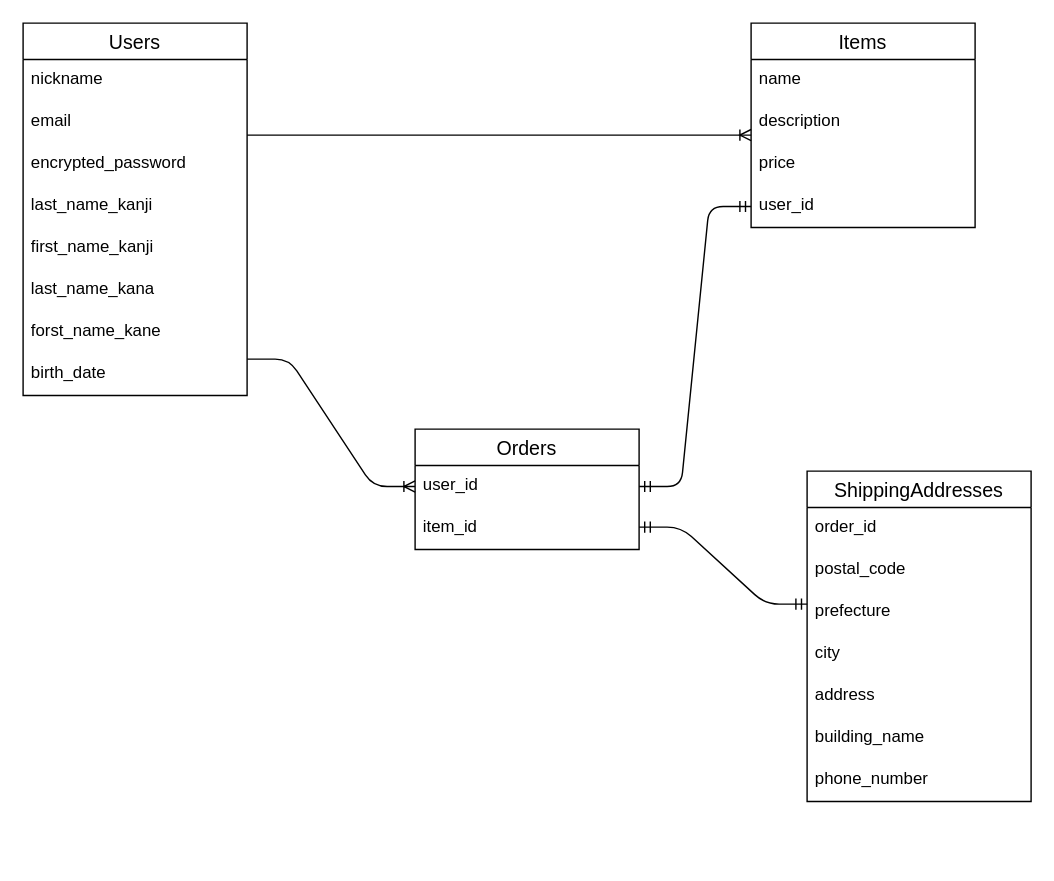
This is furima.dio from emma2033/furima-41354, a draw.io file, before an edit. Source tidied: cells renumbered, new cells numbered last; positions are measured from the earlier drawing's top-left corner, leaving out a move shared by most shapes. Both pictures are drawn from the tidied source at 140%, with x=0, y=0 at pixel (22, 22).
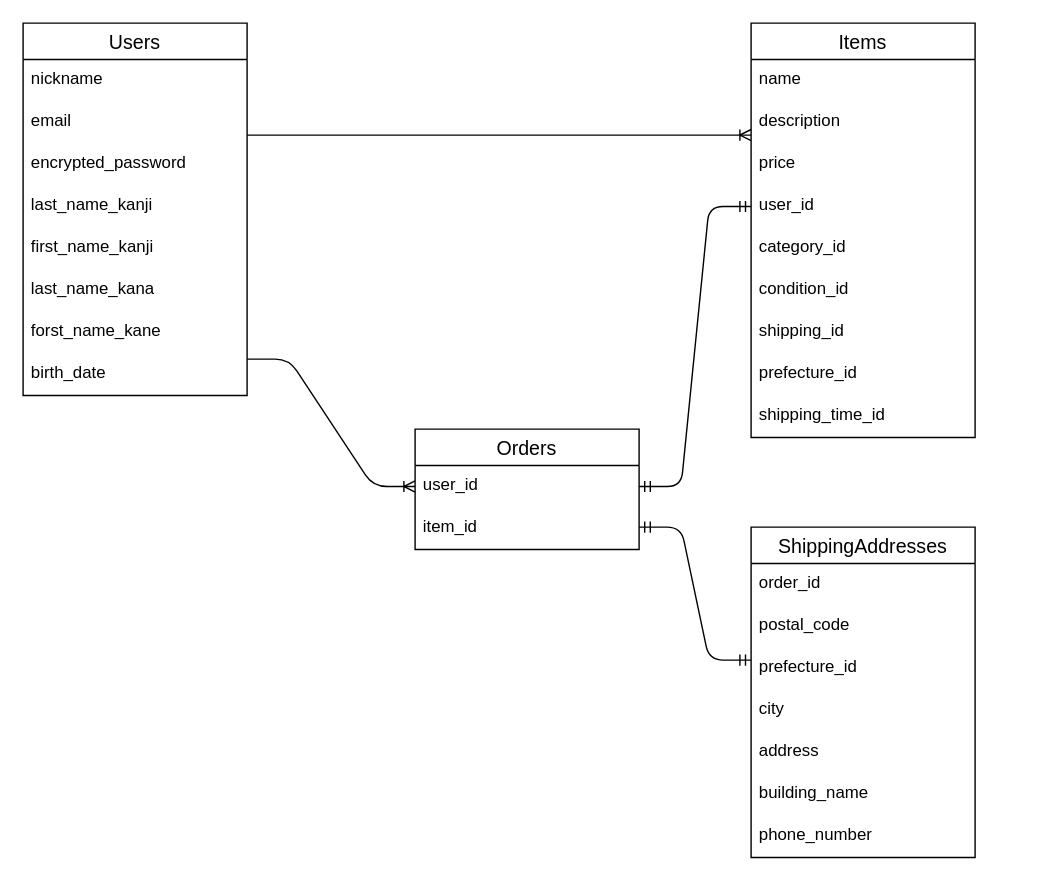
Above is the later version.

Commit message (it also covers changes not shown here):
ER図、READMEの修正

What changed in the source:
```diff
@@
     <mxCell id="11" value="Items" style="swimlane;fontStyle=0;horizontal=1;startSize=26;align=center;fontSize=14;" parent="1" vertex="1">
-      <mxGeometry x="520" width="160" height="146" as="geometry" />
+      <mxGeometry x="520" width="160" height="296" as="geometry" />
     </mxCell>
@@
+    <mxCell id="31" value="category_id" style="text;strokeColor=none;fillColor=none;spacingLeft=4;spacingRight=4;overflow=hidden;fontSize=12;" parent="11" vertex="1">
+      <mxGeometry y="146" width="160" height="30" as="geometry" />
+    </mxCell>
+    <mxCell id="32" value="condition_id" style="text;strokeColor=none;fillColor=none;spacingLeft=4;spacingRight=4;overflow=hidden;fontSize=12;" parent="11" vertex="1">
+      <mxGeometry y="176" width="160" height="30" as="geometry" />
+    </mxCell>
+    <mxCell id="33" value="shipping_id" style="text;strokeColor=none;fillColor=none;spacingLeft=4;spacingRight=4;overflow=hidden;fontSize=12;" parent="11" vertex="1">
+      <mxGeometry y="206" width="160" height="30" as="geometry" />
+    </mxCell>
+    <mxCell id="34" value="prefecture_id" style="text;strokeColor=none;fillColor=none;spacingLeft=4;spacingRight=4;overflow=hidden;fontSize=12;" parent="11" vertex="1">
+      <mxGeometry y="236" width="160" height="30" as="geometry" />
+    </mxCell>
+    <mxCell id="35" value="shipping_time_id" style="text;strokeColor=none;fillColor=none;spacingLeft=4;spacingRight=4;overflow=hidden;fontSize=12;" parent="11" vertex="1">
+      <mxGeometry y="266" width="160" height="30" as="geometry" />
+    </mxCell>
@@
     <mxCell id="19" value="ShippingAddresses" style="swimlane;fontStyle=0;horizontal=1;startSize=26;align=center;fontSize=14;" parent="1" vertex="1">
-      <mxGeometry x="560" y="320" width="160" height="236" as="geometry" />
+      <mxGeometry x="520" y="360" width="160" height="236" as="geometry" />
     </mxCell>
@@
-    <mxCell id="22" value="prefecture" style="text;strokeColor=none;fillColor=none;spacingLeft=4;spacingRight=4;overflow=hidden;points=[[0,0.5],[1,0.5]];portConstraint=eastwest;fontSize=12;" parent="19" vertex="1">
+    <mxCell id="22" value="prefecture_id" style="text;strokeColor=none;fillColor=none;spacingLeft=4;spacingRight=4;overflow=hidden;points=[[0,0.5],[1,0.5]];portConstraint=eastwest;fontSize=12;" parent="19" vertex="1">
       <mxGeometry y="86" width="160" height="30" as="geometry" />
     </mxCell>
```
